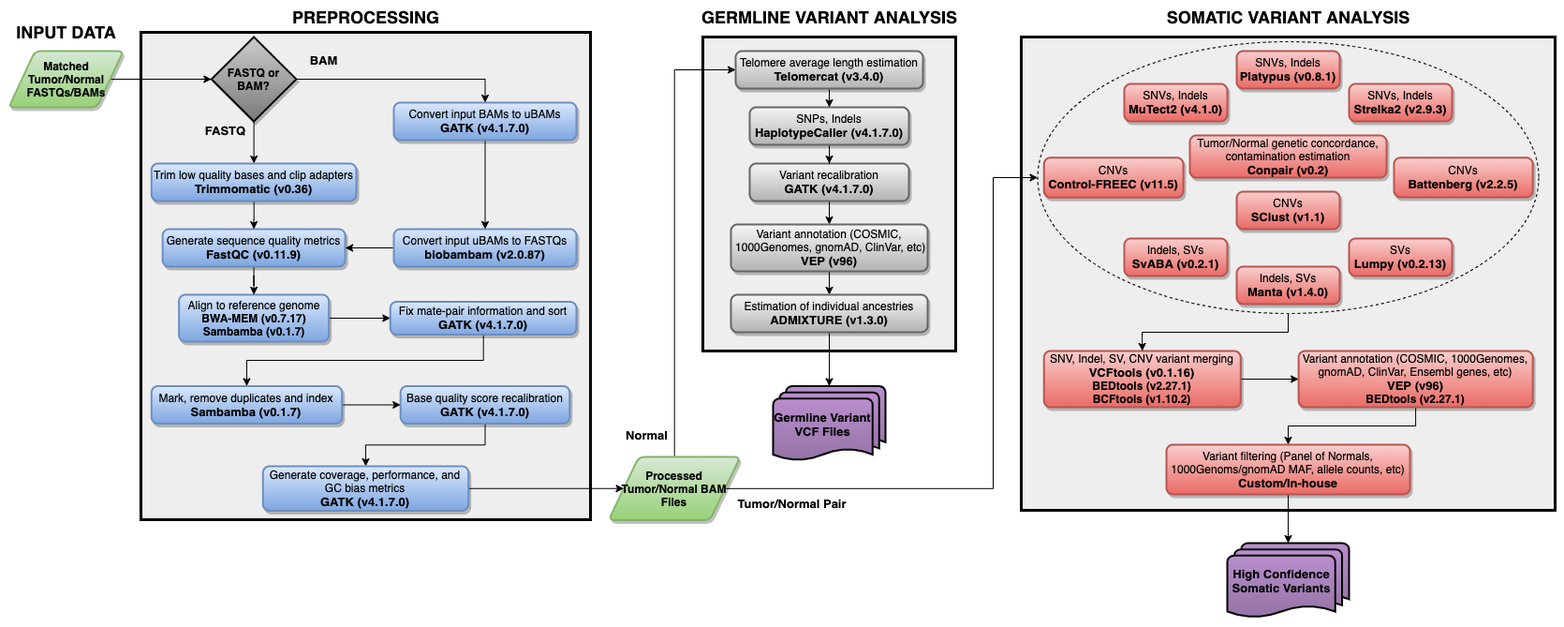
The draw.io diagram MGP1000Pipeline.png in pblaney/mgp1000, before a commit. Source tidied: cells renumbered, new cells last; positions are measured from the earlier drawing's top-left corner, leaving out a move shared by most shapes.
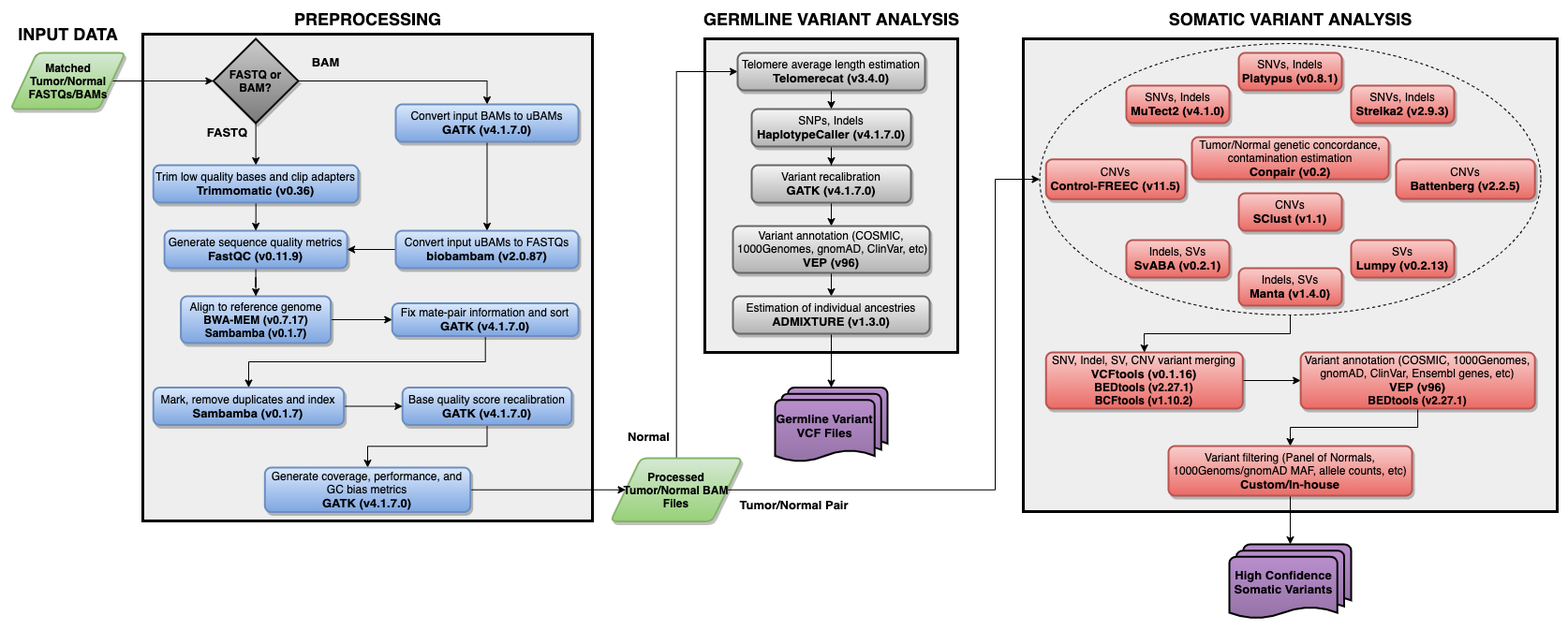
Above is the later version.

Commit message:
fixed typo in germline process

What changed in the source:
```diff
@@ -73,7 +73,7 @@
     <mxCell id="23" style="edgeStyle=orthogonalEdgeStyle;rounded=0;jettySize=auto;html=1;entryX=0.5;entryY=0;entryDx=0;entryDy=0;" parent="1" edge="1" source="24" target="67">
       <mxGeometry relative="1" as="geometry" />
     </mxCell>
-    <mxCell id="24" value="Telomere average length estimation&lt;br&gt;&lt;b&gt;&lt;font style=&quot;font-size: 13px&quot;&gt;Telomercat (v3.4.0)&lt;/font&gt;&lt;/b&gt;" style="rounded=1;whiteSpace=wrap;html=1;absoluteArcSize=1;arcSize=14;strokeWidth=2;shadow=1;comic=0;fillColor=#f5f5f5;strokeColor=#666666;gradientColor=#b3b3b3;" parent="1" vertex="1">
+    <mxCell id="24" value="Telomere average length estimation&lt;br&gt;&lt;b&gt;&lt;font style=&quot;font-size: 13px&quot;&gt;Telomerecat (v3.4.0)&lt;/font&gt;&lt;/b&gt;" style="rounded=1;whiteSpace=wrap;html=1;absoluteArcSize=1;arcSize=14;strokeWidth=2;shadow=1;comic=0;fillColor=#f5f5f5;strokeColor=#666666;gradientColor=#b3b3b3;" parent="1" vertex="1">
       <mxGeometry x="776" y="46" width="200" height="40" as="geometry" />
     </mxCell>
     <mxCell id="25" value="SNVs, Indels&lt;br&gt;&lt;b&gt;&lt;font style=&quot;font-size: 13px&quot;&gt;Platypus (v0.8.1)&lt;/font&gt;&lt;/b&gt;" style="rounded=1;whiteSpace=wrap;html=1;absoluteArcSize=1;arcSize=14;strokeWidth=2;shadow=1;comic=0;fillColor=#f8cecc;strokeColor=#b85450;gradientColor=#ea6b66;" parent="1" vertex="1">
```
